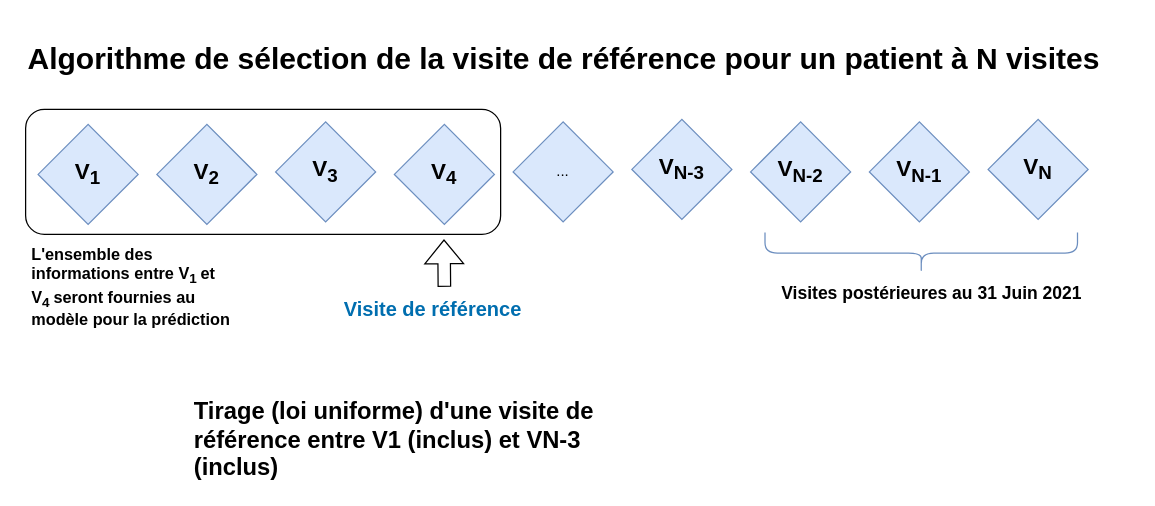
Before: algorithme_séquence.drawio in Basso42/BEHRT, a draw.io diagram. Source tidied: cells renumbered, new cells numbered last; positions are measured from the earlier drawing's top-left corner, leaving out a move shared by most shapes. Both pictures are drawn from the tidied source at 125%, with x=0, y=0 at pixel (21, 34).
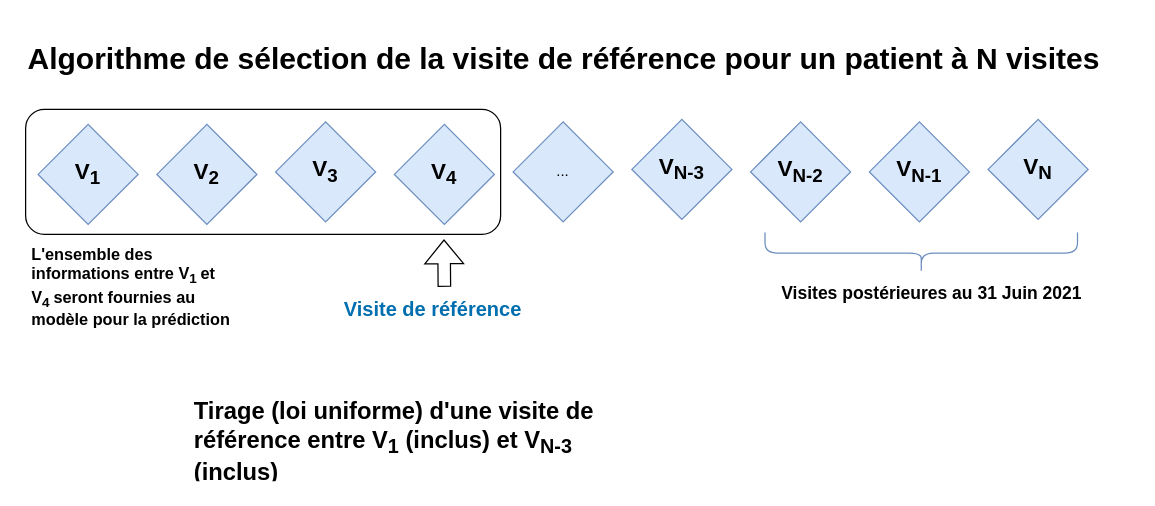
The same diagram, later.

Commit message (it also covers changes not shown here):
Mettre à jour algorithme_séquence.drawio

What changed in the source:
```diff
@@
 <mxGraphModel>
   <root>
     <mxCell id="0" />
     <mxCell id="1" parent="0" />
     <mxCell id="2" style="rounded=1;whiteSpace=wrap;html=1;fillColor=none;strokeWidth=1;" parent="1" vertex="1">
       <mxGeometry x="3" y="60" width="380" height="100" as="geometry" />
     </mxCell>
     <mxCell id="3" value="&lt;b&gt;&lt;font style=&quot;font-size: 18px;&quot;&gt;V&lt;sub&gt;N-3&lt;/sub&gt;&lt;/font&gt;&lt;/b&gt;" style="rhombus;whiteSpace=wrap;html=1;flipH=1;flipV=0;fillColor=#dae8fc;strokeColor=#6c8ebf;" parent="1" vertex="1">
       <mxGeometry x="488" y="68" width="80" height="80" as="geometry" />
     </mxCell>
     <mxCell id="4" value="&lt;b&gt;&lt;font style=&quot;font-size: 18px;&quot;&gt;V&lt;sub&gt;N&lt;/sub&gt;&lt;/font&gt;&lt;/b&gt;" style="rhombus;whiteSpace=wrap;html=1;flipH=1;flipV=0;fillColor=#dae8fc;strokeColor=#6c8ebf;" parent="1" vertex="1">
       <mxGeometry x="773" y="68" width="80" height="80" as="geometry" />
     </mxCell>
     <mxCell id="5" value="..." style="rhombus;whiteSpace=wrap;html=1;flipH=1;flipV=0;fillColor=#dae8fc;strokeColor=#6c8ebf;" parent="1" vertex="1">
       <mxGeometry x="393" y="70" width="80" height="80" as="geometry" />
     </mxCell>
     <mxCell id="6" value="&lt;b&gt;&lt;font style=&quot;font-size: 18px;&quot;&gt;V&lt;sub&gt;N-2&lt;/sub&gt;&lt;/font&gt;&lt;/b&gt;" style="rhombus;whiteSpace=wrap;html=1;flipH=1;flipV=0;fillColor=#dae8fc;strokeColor=#6c8ebf;" parent="1" vertex="1">
       <mxGeometry x="583" y="70" width="80" height="80" as="geometry" />
     </mxCell>
     <mxCell id="7" value="&lt;b&gt;&lt;font style=&quot;font-size: 18px;&quot;&gt;V&lt;sub&gt;N-1&lt;/sub&gt;&lt;/font&gt;&lt;/b&gt;" style="rhombus;whiteSpace=wrap;html=1;flipH=1;flipV=0;fillColor=#dae8fc;strokeColor=#6c8ebf;" parent="1" vertex="1">
       <mxGeometry x="678" y="70" width="80" height="80" as="geometry" />
     </mxCell>
     <mxCell id="8" value="&lt;b&gt;&lt;font style=&quot;font-size: 18px;&quot;&gt;V&lt;sub&gt;3&lt;/sub&gt;&lt;/font&gt;&lt;/b&gt;" style="rhombus;whiteSpace=wrap;html=1;flipH=1;flipV=0;fillColor=#dae8fc;strokeColor=#6c8ebf;" parent="1" vertex="1">
       <mxGeometry x="203" y="70" width="80" height="80" as="geometry" />
     </mxCell>
     <mxCell id="9" value="&lt;b&gt;&lt;font style=&quot;font-size: 18px;&quot;&gt;V&lt;sub&gt;1&lt;/sub&gt;&lt;/font&gt;&lt;/b&gt;" style="rhombus;whiteSpace=wrap;html=1;flipH=1;flipV=0;fillColor=#dae8fc;strokeColor=#6c8ebf;" parent="1" vertex="1">
       <mxGeometry x="13" y="72" width="80" height="80" as="geometry" />
     </mxCell>
     <mxCell id="10" value="&lt;b&gt;&lt;font style=&quot;font-size: 18px;&quot;&gt;V&lt;sub&gt;2&lt;/sub&gt;&lt;/font&gt;&lt;/b&gt;" style="rhombus;whiteSpace=wrap;html=1;flipH=1;flipV=0;fillColor=#dae8fc;strokeColor=#6c8ebf;" parent="1" vertex="1">
       <mxGeometry x="108" y="72" width="80" height="80" as="geometry" />
     </mxCell>
     <mxCell id="11" value="&lt;b&gt;&lt;font style=&quot;font-size: 18px;&quot;&gt;V&lt;sub&gt;4&lt;/sub&gt;&lt;/font&gt;&lt;/b&gt;" style="rhombus;whiteSpace=wrap;html=1;flipH=1;flipV=0;fillColor=#dae8fc;strokeColor=#6c8ebf;" parent="1" vertex="1">
       <mxGeometry x="298" y="72" width="80" height="80" as="geometry" />
     </mxCell>
     <mxCell id="12" value="&lt;h1&gt;Algorithme de sélection de la visite de référence pour un patient à N visites&lt;br&gt;&lt;/h1&gt;&lt;p&gt;&lt;br&gt;&lt;/p&gt;" style="text;html=1;strokeColor=none;fillColor=none;spacing=5;spacingTop=-20;whiteSpace=wrap;overflow=hidden;rounded=0;" parent="1" vertex="1">
       <mxGeometry width="890" height="40" as="geometry" />
     </mxCell>
     <mxCell id="13" style="shape=curlyBracket;whiteSpace=wrap;html=1;rounded=1;labelPosition=left;verticalLabelPosition=middle;align=right;verticalAlign=middle;flipV=1;rotation=-90;fillColor=#dae8fc;strokeColor=#6c8ebf;" parent="1" vertex="1">
       <mxGeometry x="703" y="50" width="33" height="250" as="geometry" />
     </mxCell>
     <mxCell id="14" value="&lt;h1 style=&quot;font-size: 14px;&quot;&gt;Visites postérieures au 31 Juin 2021&lt;br&gt;&lt;/h1&gt;&lt;p&gt;&lt;br&gt;&lt;/p&gt;" style="text;html=1;strokeColor=none;fillColor=none;spacing=5;spacingTop=-20;whiteSpace=wrap;overflow=hidden;rounded=0;" parent="1" vertex="1">
       <mxGeometry x="603" y="200" width="260" height="20" as="geometry" />
     </mxCell>
-    <mxCell id="15" value="&lt;h1 style=&quot;font-size: 19px;&quot;&gt;Tirage (loi uniforme) d'une visite de référence entre V1 (inclus) et VN-3 (inclus) &lt;br&gt;&lt;/h1&gt;&lt;p&gt;&lt;br&gt;&lt;/p&gt;" style="text;html=1;strokeColor=none;fillColor=none;spacing=5;spacingTop=-20;whiteSpace=wrap;overflow=hidden;rounded=0;" parent="1" vertex="1">
+    <mxCell id="15" value="&lt;h1 style=&quot;font-size: 19px;&quot;&gt;Tirage (loi uniforme) d'une visite de référence entre V&lt;sub&gt;1&lt;/sub&gt; (inclus) et V&lt;sub&gt;N-3&lt;/sub&gt; (inclus) &lt;br&gt;&lt;/h1&gt;&lt;p&gt;&lt;br&gt;&lt;/p&gt;" style="text;html=1;strokeColor=none;fillColor=none;spacing=5;spacingTop=-20;whiteSpace=wrap;overflow=hidden;rounded=0;" parent="1" vertex="1">
       <mxGeometry x="133" y="288" width="360" height="70" as="geometry" />
     </mxCell>
     <mxCell id="16" value="&lt;h1 style=&quot;font-size: 16px;&quot;&gt;&lt;font style=&quot;font-size: 16px;&quot; color=&quot;#006eaf&quot;&gt;Visite de référence&lt;/font&gt;&lt;br&gt;&lt;/h1&gt;&lt;p&gt;&lt;br&gt;&lt;/p&gt;" style="text;html=1;strokeColor=none;fillColor=none;spacing=5;spacingTop=-20;whiteSpace=wrap;overflow=hidden;rounded=0;" parent="1" vertex="1">
       <mxGeometry x="253" y="210" width="170" height="30" as="geometry" />
     </mxCell>
     <mxCell id="17" style="shape=flexArrow;endArrow=classic;html=1;rounded=0;" parent="1" edge="1">
       <mxGeometry relative="1" as="geometry">
         <mxPoint x="338" y="202" as="sourcePoint" />
         <mxPoint x="337.7" y="164" as="targetPoint" />
       </mxGeometry>
     </mxCell>
     <mxCell id="18" value="&lt;h1 style=&quot;font-size: 13px;&quot;&gt;&lt;font style=&quot;font-size: 13px;&quot;&gt;L'ensemble des informations entre V&lt;sub style=&quot;&quot;&gt;1 &lt;/sub&gt;et V&lt;sub style=&quot;&quot;&gt;4 &lt;/sub&gt;seront fournies au modèle pour la prédiction &lt;br&gt;&lt;/font&gt;&lt;/h1&gt;&lt;h1 style=&quot;font-size: 13px;&quot;&gt;&lt;font style=&quot;font-size: 13px;&quot;&gt;&lt;sub&gt; &lt;/sub&gt;&lt;/font&gt;&lt;/h1&gt;" style="text;html=1;strokeColor=none;fillColor=none;spacing=5;spacingTop=-20;whiteSpace=wrap;overflow=hidden;rounded=0;" parent="1" vertex="1">
       <mxGeometry x="3" y="170" width="170" height="70" as="geometry" />
     </mxCell>
   </root>
 </mxGraphModel>
```
